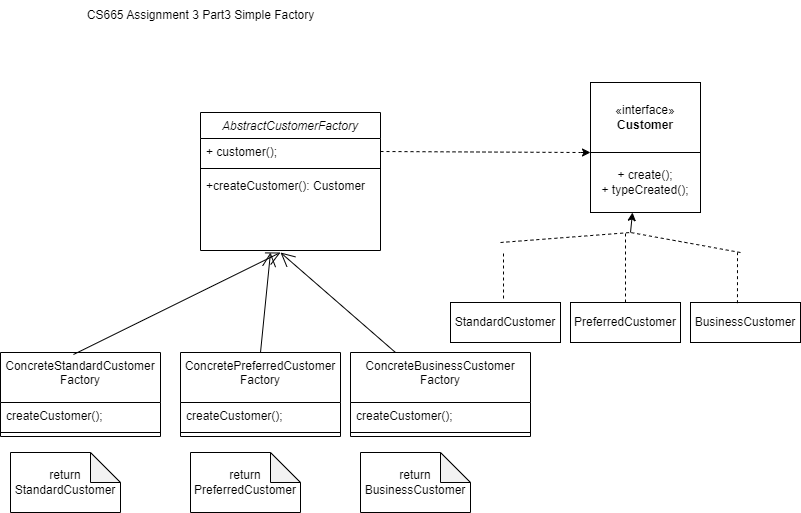
Before: Assign3Part3 Diagram.drawio.png, a diagram exported from draw.io (jimmyjazz31/CS665Assign3). Source tidied: cells renumbered, new cells last; positions are measured from the earlier drawing's top-left corner, leaving out a move shared by most shapes.
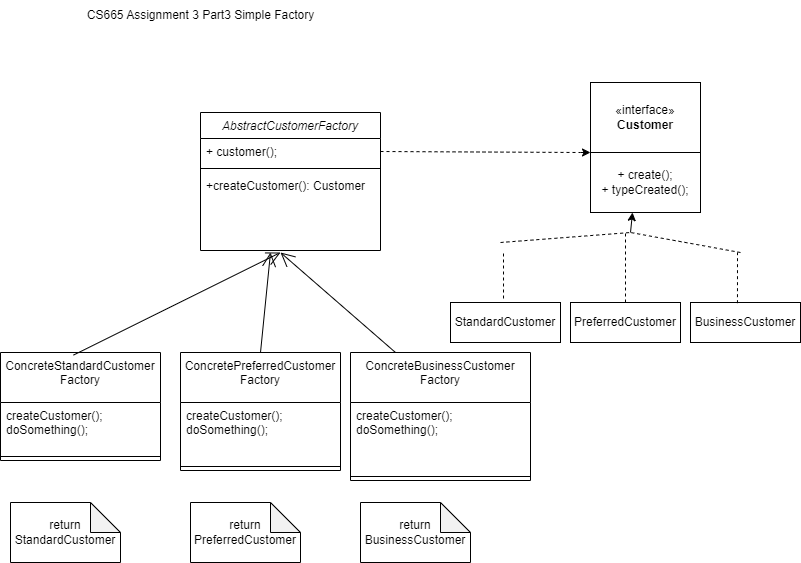
Later version of the same file.

The edit, as a diff of the source:
```diff
@@ -15,22 +15,22 @@
       <mxGeometry y="60" width="180" height="26" as="geometry" />
     </mxCell>
     <mxCell id="6" value="ConcreteStandardCustomer&#10;Factory" style="swimlane;fontStyle=0;align=center;verticalAlign=top;horizontal=1;startSize=50;rounded=0;shadow=0;strokeWidth=1;" parent="1" vertex="1">
-      <mxGeometry y="352" width="160" height="84" as="geometry" />
+      <mxGeometry y="352" width="160" height="108" as="geometry" />
     </mxCell>
-    <mxCell id="7" value="createCustomer();" style="text;align=left;verticalAlign=top;spacingLeft=4;spacingRight=4;overflow=hidden;" parent="6" vertex="1">
-      <mxGeometry y="50" width="160" height="26" as="geometry" />
+    <mxCell id="7" value="createCustomer();&#10;doSomething();&#10;" style="text;align=left;verticalAlign=top;spacingLeft=4;spacingRight=4;overflow=hidden;" parent="6" vertex="1">
+      <mxGeometry y="50" width="160" height="50" as="geometry" />
     </mxCell>
     <mxCell id="8" style="line;html=1;strokeWidth=1;align=left;verticalAlign=middle;spacingTop=-1;spacingLeft=3;spacingRight=3;labelPosition=right;" parent="6" vertex="1">
-      <mxGeometry y="76" width="160" height="8" as="geometry" />
+      <mxGeometry y="100" width="160" height="8" as="geometry" />
     </mxCell>
     <mxCell id="9" value="ConcretePreferredCustomer&#10;Factory" style="swimlane;fontStyle=0;align=center;verticalAlign=top;horizontal=1;startSize=50;rounded=0;shadow=0;strokeWidth=1;" parent="1" vertex="1">
-      <mxGeometry x="180" y="352" width="160" height="84" as="geometry" />
+      <mxGeometry x="180" y="352" width="160" height="118" as="geometry" />
     </mxCell>
-    <mxCell id="10" value="createCustomer();" style="text;align=left;verticalAlign=top;spacingLeft=4;spacingRight=4;overflow=hidden;" parent="9" vertex="1">
-      <mxGeometry y="50" width="160" height="26" as="geometry" />
+    <mxCell id="10" value="createCustomer();&#10;doSomething();&#10;" style="text;align=left;verticalAlign=top;spacingLeft=4;spacingRight=4;overflow=hidden;" parent="9" vertex="1">
+      <mxGeometry y="50" width="160" height="60" as="geometry" />
     </mxCell>
     <mxCell id="11" style="line;html=1;strokeWidth=1;align=left;verticalAlign=middle;spacingTop=-1;spacingLeft=3;spacingRight=3;labelPosition=right;" parent="9" vertex="1">
-      <mxGeometry y="76" width="160" height="8" as="geometry" />
+      <mxGeometry y="110" width="160" height="8" as="geometry" />
     </mxCell>
     <mxCell id="12" value="«interface»&lt;br&gt;&lt;b&gt;Customer&lt;/b&gt;" style="html=1;whiteSpace=wrap;" parent="1" vertex="1">
       <mxGeometry x="590" y="82" width="110" height="70" as="geometry" />
@@ -90,22 +90,22 @@
       </mxGeometry>
     </mxCell>
     <mxCell id="25" value="ConcreteBusinessCustomer&#10;Factory" style="swimlane;fontStyle=0;align=center;verticalAlign=top;horizontal=1;startSize=50;rounded=0;shadow=0;strokeWidth=1;" parent="1" vertex="1">
-      <mxGeometry x="350" y="352" width="180" height="84" as="geometry" />
+      <mxGeometry x="350" y="352" width="180" height="128" as="geometry" />
     </mxCell>
-    <mxCell id="26" value="createCustomer();" style="text;align=left;verticalAlign=top;spacingLeft=4;spacingRight=4;overflow=hidden;" parent="25" vertex="1">
-      <mxGeometry y="50" width="180" height="26" as="geometry" />
+    <mxCell id="26" value="createCustomer();&#10;doSomething();&#10;" style="text;align=left;verticalAlign=top;spacingLeft=4;spacingRight=4;overflow=hidden;" parent="25" vertex="1">
+      <mxGeometry y="50" width="180" height="70" as="geometry" />
     </mxCell>
     <mxCell id="27" style="line;html=1;strokeWidth=1;align=left;verticalAlign=middle;spacingTop=-1;spacingLeft=3;spacingRight=3;labelPosition=right;" parent="25" vertex="1">
-      <mxGeometry y="76" width="180" height="8" as="geometry" />
+      <mxGeometry y="120" width="180" height="8" as="geometry" />
     </mxCell>
     <mxCell id="28" value="return StandardCustomer" style="shape=note;whiteSpace=wrap;html=1;backgroundOutline=1;darkOpacity=0.05;" parent="1" vertex="1">
-      <mxGeometry x="10" y="452" width="110" height="60" as="geometry" />
+      <mxGeometry x="10" y="502" width="110" height="60" as="geometry" />
     </mxCell>
     <mxCell id="29" value="return&lt;div&gt;PreferredCustomer&lt;/div&gt;" style="shape=note;whiteSpace=wrap;html=1;backgroundOutline=1;darkOpacity=0.05;" parent="1" vertex="1">
-      <mxGeometry x="190" y="452" width="110" height="60" as="geometry" />
+      <mxGeometry x="190" y="502" width="110" height="60" as="geometry" />
     </mxCell>
     <mxCell id="30" value="return BusinessCustomer" style="shape=note;whiteSpace=wrap;html=1;backgroundOutline=1;darkOpacity=0.05;" parent="1" vertex="1">
-      <mxGeometry x="360" y="452" width="110" height="60" as="geometry" />
+      <mxGeometry x="360" y="502" width="110" height="60" as="geometry" />
     </mxCell>
     <mxCell id="31" style="endArrow=open;endFill=1;endSize=12;html=1;rounded=0;exitX=0.456;exitY=0.024;exitDx=0;exitDy=0;exitPerimeter=0;" parent="1" edge="1" source="6">
       <mxGeometry relative="1" as="geometry">
```
